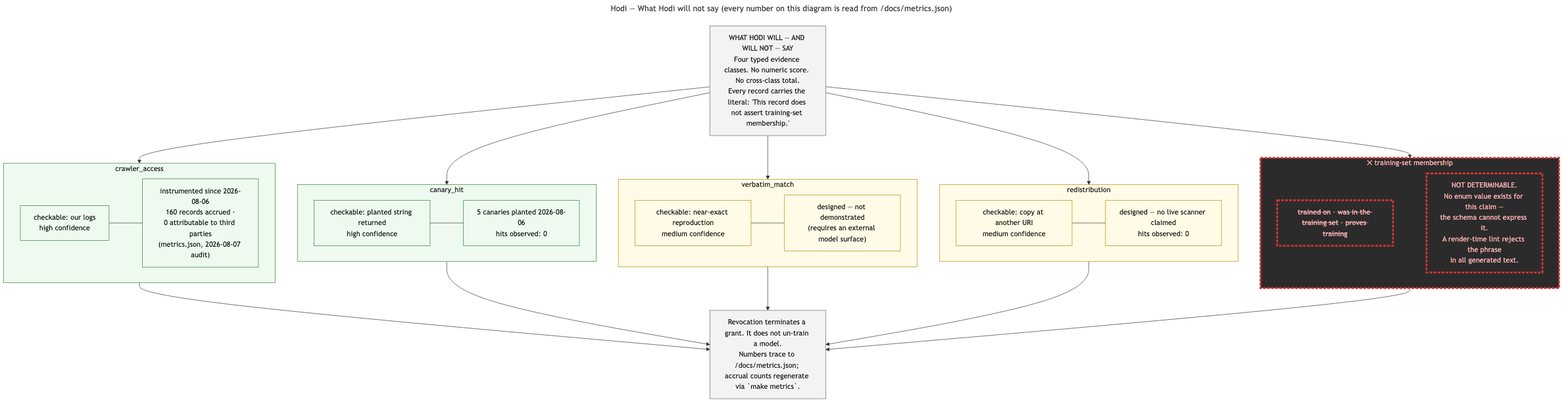
The Mermaid diagram docs/architecture/diagram_b_what_hodi_will_not_say.png in Jeremiah-Sakuda/Hodi, before a commit. Its source is kept beside it as docs/architecture/diagram_b_what_hodi_will_not_say.mmd.
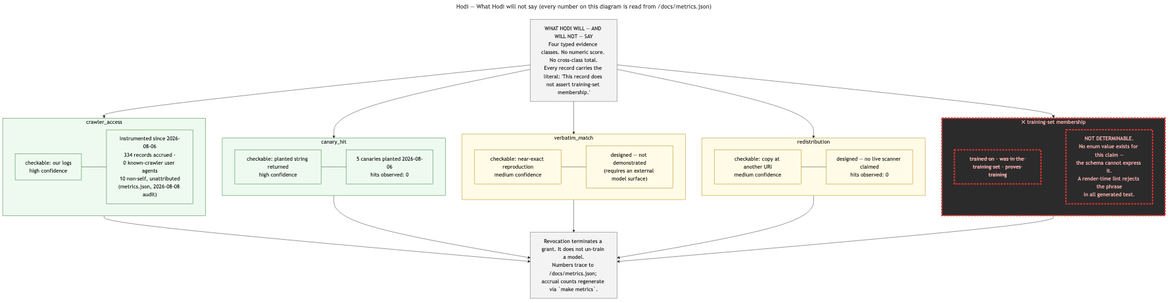
The same diagram one commit later.

The edit, as a diff of the source:
```diff
@@ -7,7 +7,7 @@
 
     subgraph C1["crawler_access"]
         C1a["checkable: our logs<br/>high confidence"]
-        C1b["instrumented since 2026-08-06<br/>160 records accrued ·<br/>0 attributable to third parties<br/>(metrics.json, 2026-08-07 audit)"]
+        C1b["instrumented since 2026-08-06<br/>334 records accrued ·<br/>0 known-crawler user agents<br/>10 non-self, unattributed<br/>(metrics.json, 2026-08-08 audit)"]
         C1a --- C1b
     end
 
```
